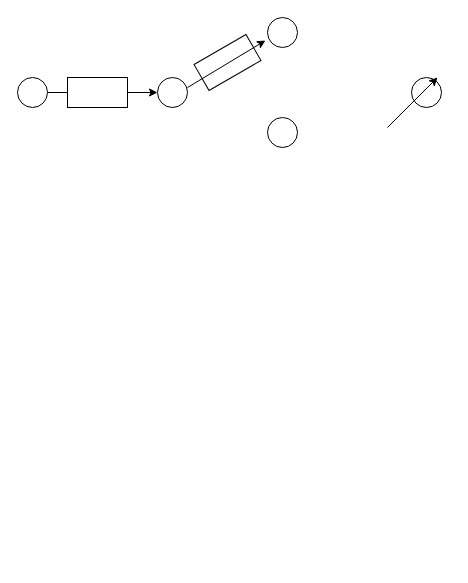
This is page "Page-4" (4 of 6) of docs/drawio/paddle_serving.drawio from zhangjun/my_notes, a draw.io file, before an edit. Source tidied: cells renumbered, new cells numbered last; positions are measured from the earlier drawing's top-left corner, leaving out a move shared by most shapes. Both pictures are drawn from the tidied source at 100%, with x=0, y=0 at pixel (17, 17).
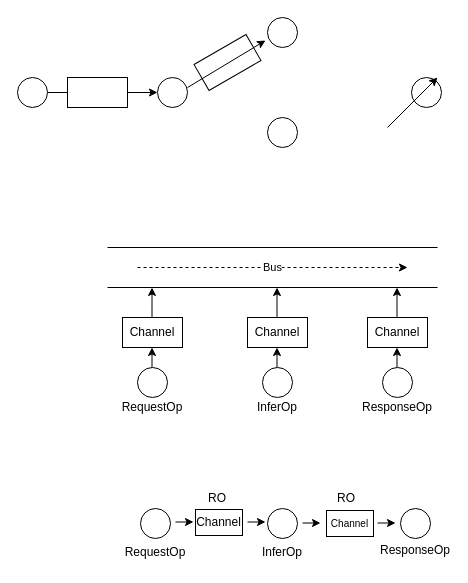
The same diagram, later.

Diff of the diagram source:
```diff
@@
+    <mxCell id="12" style="endArrow=none;html=1;" parent="1" edge="1">
+      <mxGeometry relative="1" as="geometry">
+        <mxPoint x="90" y="230" as="sourcePoint" />
+        <mxPoint x="420" y="230" as="targetPoint" />
+      </mxGeometry>
+    </mxCell>
+    <mxCell id="13" style="endArrow=none;html=1;" parent="1" edge="1">
+      <mxGeometry relative="1" as="geometry">
+        <mxPoint x="90" y="270" as="sourcePoint" />
+        <mxPoint x="420" y="270" as="targetPoint" />
+      </mxGeometry>
+    </mxCell>
+    <mxCell id="14" value="Bus" style="endArrow=classic;html=1;dashed=1;" parent="1" edge="1">
+      <mxGeometry relative="1" as="geometry">
+        <mxPoint x="120" y="250" as="sourcePoint" />
+        <mxPoint x="390" y="250" as="targetPoint" />
+      </mxGeometry>
+    </mxCell>
+    <mxCell id="15" style="ellipse;whiteSpace=wrap;html=1;" parent="1" vertex="1">
+      <mxGeometry x="120" y="350" width="30" height="30" as="geometry" />
+    </mxCell>
+    <mxCell id="16" value="Channel" style="rounded=0;whiteSpace=wrap;html=1;" parent="1" vertex="1">
+      <mxGeometry x="105" y="300" width="60" height="30" as="geometry" />
+    </mxCell>
+    <mxCell id="17" style="ellipse;whiteSpace=wrap;html=1;" parent="1" vertex="1">
+      <mxGeometry x="245" y="350" width="30" height="30" as="geometry" />
+    </mxCell>
+    <mxCell id="18" value="Channel" style="rounded=0;whiteSpace=wrap;html=1;" parent="1" vertex="1">
+      <mxGeometry x="230" y="300" width="60" height="30" as="geometry" />
+    </mxCell>
+    <mxCell id="19" style="ellipse;whiteSpace=wrap;html=1;" parent="1" vertex="1">
+      <mxGeometry x="365" y="350" width="30" height="30" as="geometry" />
+    </mxCell>
+    <mxCell id="20" value="Channel" style="rounded=0;whiteSpace=wrap;html=1;" parent="1" vertex="1">
+      <mxGeometry x="350" y="300" width="60" height="30" as="geometry" />
+    </mxCell>
+    <mxCell id="21" style="endArrow=classic;html=1;" parent="1" edge="1">
+      <mxGeometry relative="1" as="geometry">
+        <mxPoint x="134.5" y="350" as="sourcePoint" />
+        <mxPoint x="134.5" y="330" as="targetPoint" />
+      </mxGeometry>
+    </mxCell>
+    <mxCell id="22" style="endArrow=classic;html=1;" parent="1" edge="1">
+      <mxGeometry relative="1" as="geometry">
+        <mxPoint x="259.5" y="350" as="sourcePoint" />
+        <mxPoint x="259.5" y="330" as="targetPoint" />
+      </mxGeometry>
+    </mxCell>
+    <mxCell id="23" style="endArrow=classic;html=1;" parent="1" edge="1">
+      <mxGeometry relative="1" as="geometry">
+        <mxPoint x="379.5" y="350" as="sourcePoint" />
+        <mxPoint x="379.5" y="330" as="targetPoint" />
+      </mxGeometry>
+    </mxCell>
+    <mxCell id="24" style="endArrow=classic;html=1;" parent="1" edge="1">
+      <mxGeometry relative="1" as="geometry">
+        <mxPoint x="134.5" y="300" as="sourcePoint" />
+        <mxPoint x="134.5" y="270" as="targetPoint" />
+      </mxGeometry>
+    </mxCell>
+    <mxCell id="25" style="endArrow=classic;html=1;" parent="1" edge="1">
+      <mxGeometry relative="1" as="geometry">
+        <mxPoint x="259.5" y="300" as="sourcePoint" />
+        <mxPoint x="259.5" y="270" as="targetPoint" />
+      </mxGeometry>
+    </mxCell>
+    <mxCell id="26" style="endArrow=classic;html=1;" parent="1" edge="1">
+      <mxGeometry relative="1" as="geometry">
+        <mxPoint x="379.5" y="300" as="sourcePoint" />
+        <mxPoint x="379.5" y="270" as="targetPoint" />
+      </mxGeometry>
+    </mxCell>
+    <mxCell id="27" value="RequestOp" style="text;html=1;strokeColor=none;fillColor=none;align=center;verticalAlign=middle;whiteSpace=wrap;rounded=0;" parent="1" vertex="1">
+      <mxGeometry x="115" y="380" width="40" height="20" as="geometry" />
+    </mxCell>
+    <mxCell id="28" value="InferOp" style="text;html=1;strokeColor=none;fillColor=none;align=center;verticalAlign=middle;whiteSpace=wrap;rounded=0;" parent="1" vertex="1">
+      <mxGeometry x="240" y="380" width="40" height="20" as="geometry" />
+    </mxCell>
+    <mxCell id="29" value="ResponseOp" style="text;html=1;strokeColor=none;fillColor=none;align=center;verticalAlign=middle;whiteSpace=wrap;rounded=0;" parent="1" vertex="1">
+      <mxGeometry x="360" y="380" width="40" height="20" as="geometry" />
+    </mxCell>
+    <mxCell id="30" style="ellipse;whiteSpace=wrap;html=1;" parent="1" vertex="1">
+      <mxGeometry x="123" y="491" width="30" height="30" as="geometry" />
+    </mxCell>
+    <mxCell id="31" value="RequestOp" style="text;html=1;strokeColor=none;fillColor=none;align=center;verticalAlign=middle;whiteSpace=wrap;rounded=0;" parent="1" vertex="1">
+      <mxGeometry x="118" y="525" width="40" height="20" as="geometry" />
+    </mxCell>
+    <mxCell id="32" style="ellipse;whiteSpace=wrap;html=1;" parent="1" vertex="1">
+      <mxGeometry x="250" y="491" width="30" height="30" as="geometry" />
+    </mxCell>
+    <mxCell id="33" value="InferOp" style="text;html=1;strokeColor=none;fillColor=none;align=center;verticalAlign=middle;whiteSpace=wrap;rounded=0;" parent="1" vertex="1">
+      <mxGeometry x="245" y="525" width="40" height="20" as="geometry" />
+    </mxCell>
+    <mxCell id="34" style="ellipse;whiteSpace=wrap;html=1;" parent="1" vertex="1">
+      <mxGeometry x="383" y="491" width="30" height="30" as="geometry" />
+    </mxCell>
+    <mxCell id="35" value="ResponseOp" style="text;html=1;strokeColor=none;fillColor=none;align=center;verticalAlign=middle;whiteSpace=wrap;rounded=0;" parent="1" vertex="1">
+      <mxGeometry x="378" y="518" width="40" height="30" as="geometry" />
+    </mxCell>
+    <mxCell id="36" value="Channel" style="rounded=0;whiteSpace=wrap;html=1;" parent="1" vertex="1">
+      <mxGeometry x="178" y="492" width="47" height="26" as="geometry" />
+    </mxCell>
+    <mxCell id="37" value="&lt;font style=&quot;font-size: 10px&quot;&gt;Channel&lt;/font&gt;" style="rounded=0;whiteSpace=wrap;html=1;" parent="1" vertex="1">
+      <mxGeometry x="309" y="493" width="47" height="26" as="geometry" />
+    </mxCell>
+    <mxCell id="38" style="endArrow=classic;html=1;" parent="1" edge="1">
+      <mxGeometry relative="1" as="geometry">
+        <mxPoint x="158" y="504.5" as="sourcePoint" />
+        <mxPoint x="176" y="504.5" as="targetPoint" />
+      </mxGeometry>
+    </mxCell>
+    <mxCell id="39" style="endArrow=classic;html=1;" parent="1" edge="1">
+      <mxGeometry relative="1" as="geometry">
+        <mxPoint x="230" y="504.5" as="sourcePoint" />
+        <mxPoint x="248" y="504.5" as="targetPoint" />
+      </mxGeometry>
+    </mxCell>
+    <mxCell id="40" style="endArrow=classic;html=1;" parent="1" edge="1">
+      <mxGeometry relative="1" as="geometry">
+        <mxPoint x="285" y="505.5" as="sourcePoint" />
+        <mxPoint x="303" y="505.5" as="targetPoint" />
+      </mxGeometry>
+    </mxCell>
+    <mxCell id="41" style="endArrow=classic;html=1;" parent="1" edge="1">
+      <mxGeometry relative="1" as="geometry">
+        <mxPoint x="360" y="505.5" as="sourcePoint" />
+        <mxPoint x="378" y="505.5" as="targetPoint" />
+      </mxGeometry>
+    </mxCell>
+    <mxCell id="42" value="RO" style="text;html=1;strokeColor=none;fillColor=none;align=center;verticalAlign=middle;whiteSpace=wrap;rounded=0;" parent="1" vertex="1">
+      <mxGeometry x="180" y="471" width="40" height="20" as="geometry" />
+    </mxCell>
+    <mxCell id="43" value="RO" style="text;html=1;strokeColor=none;fillColor=none;align=center;verticalAlign=middle;whiteSpace=wrap;rounded=0;" parent="1" vertex="1">
+      <mxGeometry x="309" y="471" width="40" height="20" as="geometry" />
+    </mxCell>
```
